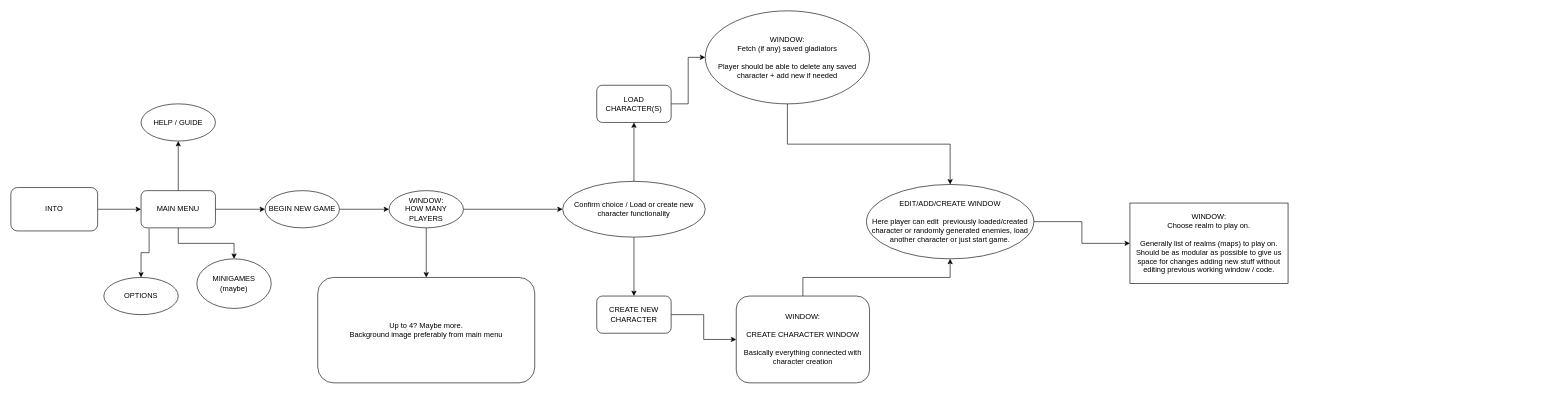
Above: SASIV.drawio in PapaZmey/SASIV (draw.io), before the change. Source tidied: cells renumbered, new cells numbered last; positions are measured from the earlier drawing's top-left corner, leaving out a move shared by most shapes. Both pictures are drawn from the tidied source at 62%, with x=0, y=0 at pixel (11, 11).
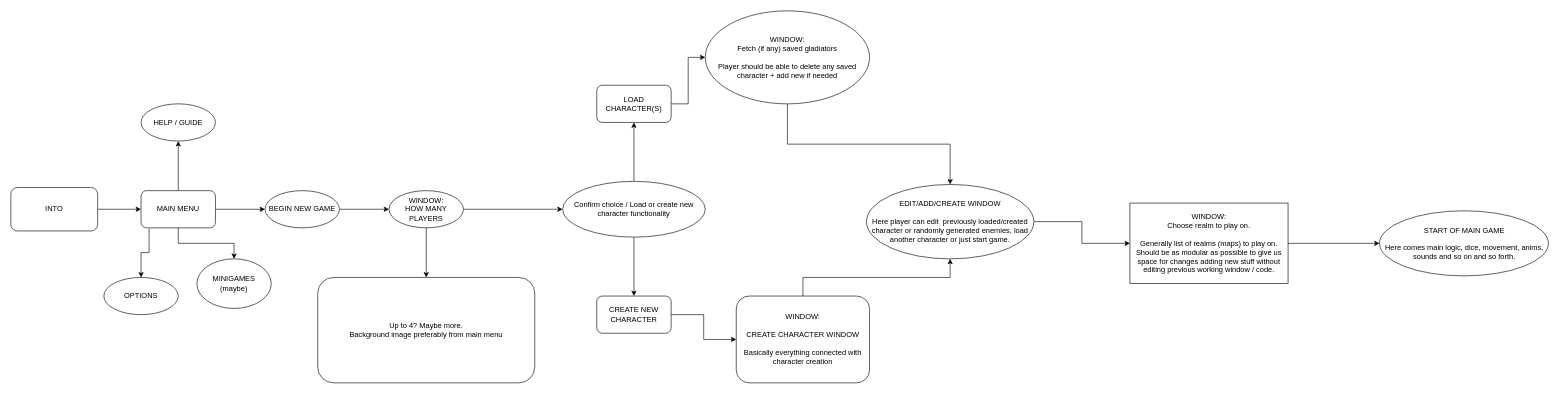
After the change.

Commit message:
Update SASIV - basic version, first iteration.drawio

Unchanged cells that the change refers to:
```xml
<mxCell id="31" value="&lt;div&gt;WINDOW:&lt;/div&gt;&lt;div&gt;Choose realm to play on.&lt;br&gt;&lt;/div&gt;&lt;div&gt;&lt;br&gt;&lt;/div&gt;&lt;div&gt;Generally list of realms (maps) to play on. Should be as modular as possible to give us space for changes adding new stuff without editing previous working window / code.&lt;br&gt;&lt;/div&gt;" style="whiteSpace=wrap;html=1;" parent="1" vertex="1">
  <mxGeometry x="1805" y="310" width="255" height="130" as="geometry" />
</mxCell>
```

What changed in the source:
```diff
@@
+    <mxCell id="32" style="edgeStyle=orthogonalEdgeStyle;rounded=0;jettySize=auto;html=1;" parent="1" edge="1" source="31" target="33">
+      <mxGeometry relative="1" as="geometry" />
+    </mxCell>
@@
+    <mxCell id="33" value="&lt;div&gt;START OF MAIN GAME&lt;/div&gt;&lt;div&gt;&lt;br&gt;&lt;/div&gt;&lt;div&gt;Here comes main logic, dice, movement, anims, sounds and so on and so forth. &lt;br&gt;&lt;/div&gt;" style="ellipse;whiteSpace=wrap;html=1;" parent="1" vertex="1">
+      <mxGeometry x="2207.5" y="322.5" width="272.5" height="105" as="geometry" />
+    </mxCell>
```
